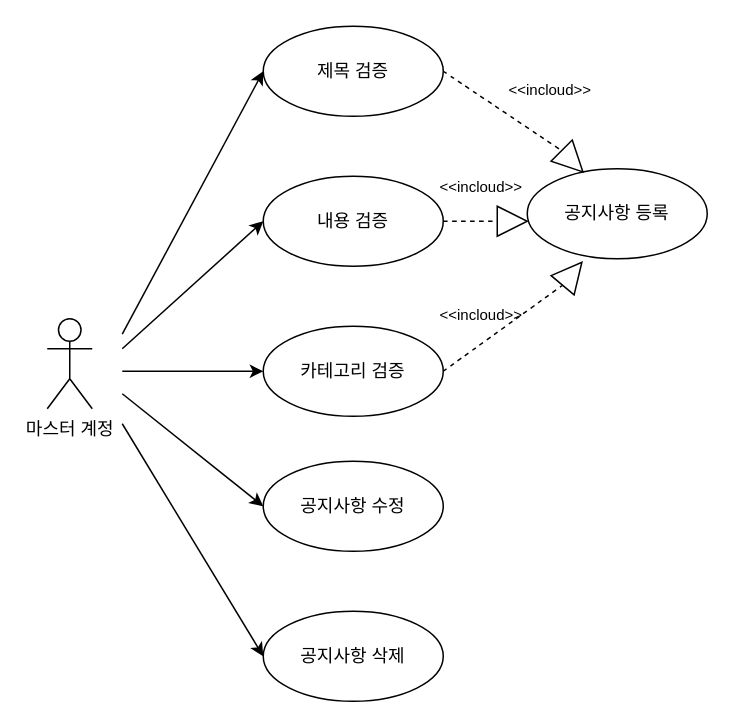
Before: BOD-ANN-001.drawio in fury2019/Diagram, a draw.io diagram. Source tidied: cells renumbered, new cells numbered last; positions are measured from the earlier drawing's top-left corner, leaving out a move shared by most shapes. Both pictures are drawn from the tidied source at 150%, with x=0, y=0 at pixel (46, 26).
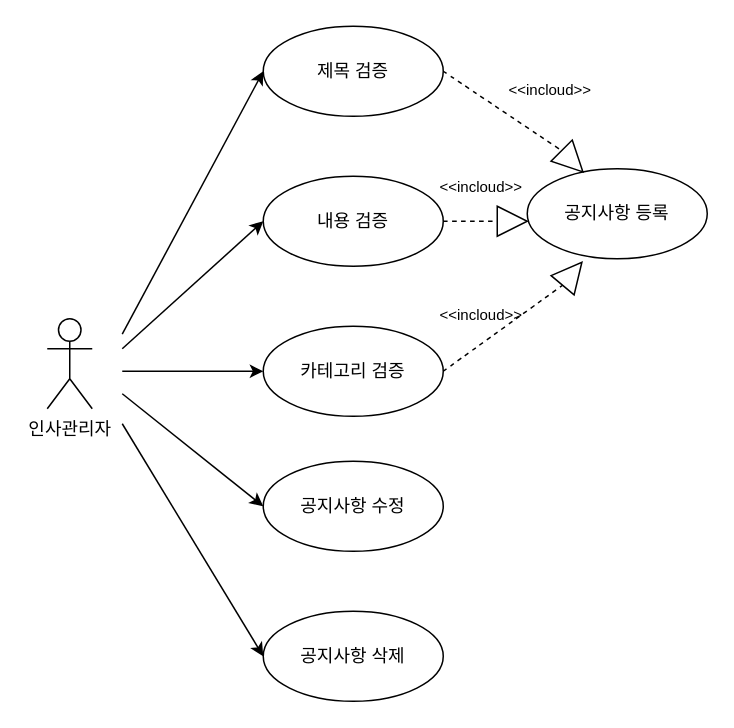
Above is the later version.

Diff of the diagram source:
```diff
@@
-    <mxCell id="11" value="마스터 계정&lt;div&gt;&lt;br&gt;&lt;/div&gt;" style="shape=umlActor;verticalLabelPosition=bottom;verticalAlign=top;html=1;" parent="1" vertex="1">
+    <mxCell id="11" value="인사관리자&lt;div&gt;&lt;br&gt;&lt;/div&gt;" style="shape=umlActor;verticalLabelPosition=bottom;verticalAlign=top;html=1;" parent="1" vertex="1">
       <mxGeometry y="195" width="30" height="60" as="geometry" />
     </mxCell>
```
